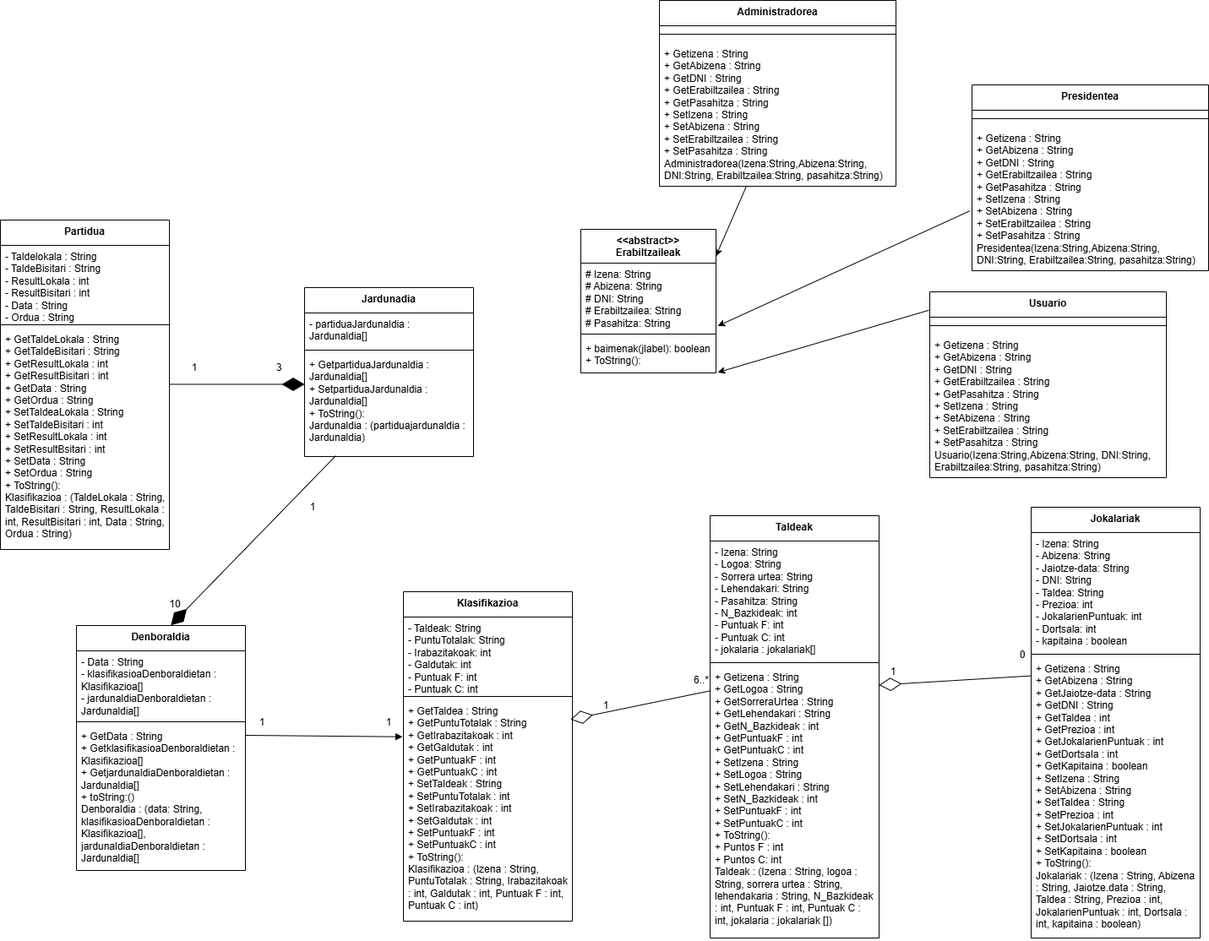
Before: GGII/Klase Diagramak Erronka 2.drawio.png, a diagram exported from draw.io (oierfptxurdinaga/T1E2Prog). Source tidied: cells renumbered, new cells last; positions are measured from the earlier drawing's top-left corner, leaving out a move shared by most shapes.
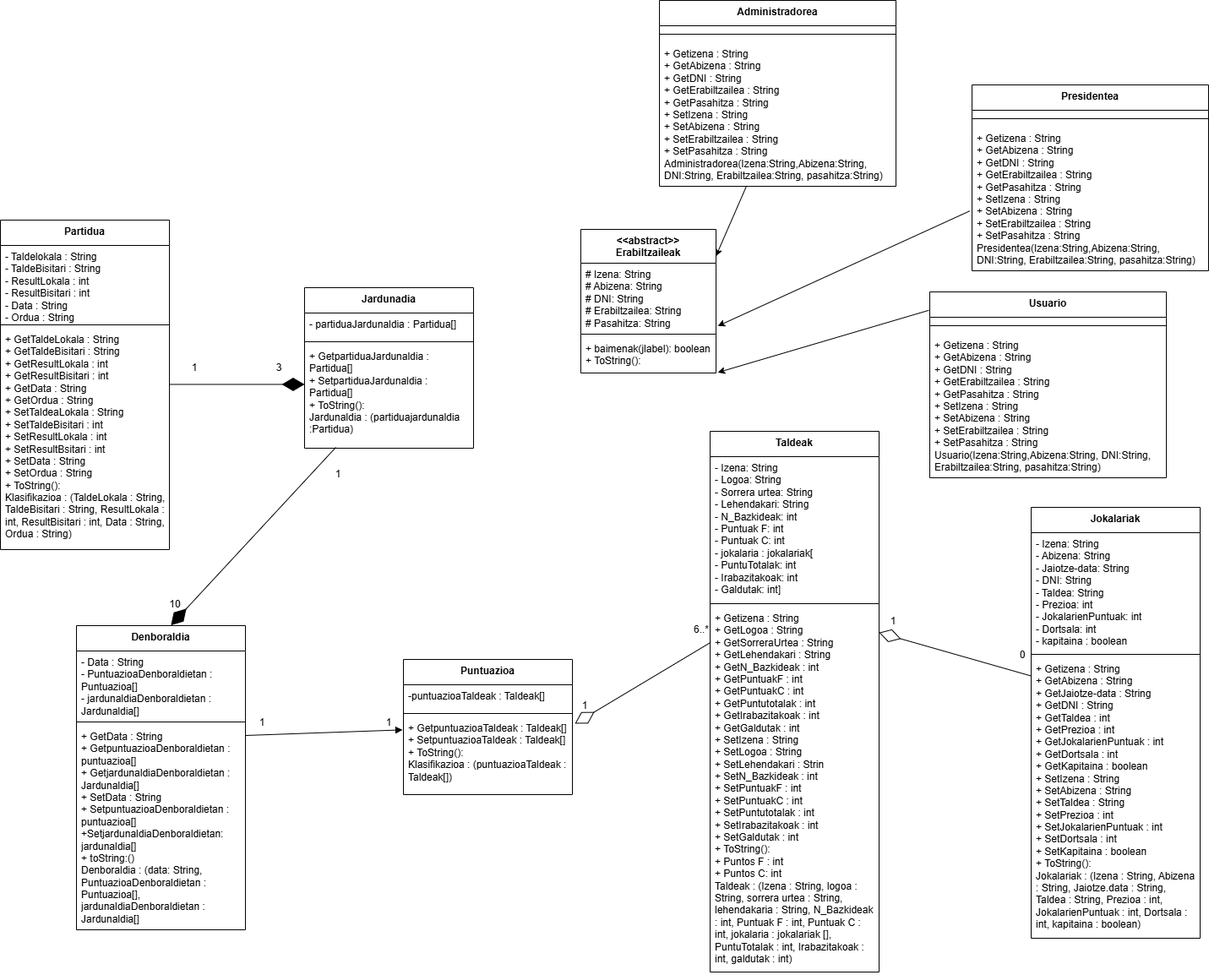
Above is the later version.

Commit message:
Klase Diagrama zuzenduta

What changed in the source:
```diff
@@ -24,16 +24,16 @@
       <mxGeometry y="50" width="280" height="170" as="geometry" />
     </mxCell>
     <mxCell id="9" value="&lt;span style=&quot;background-color: transparent; color: light-dark(rgb(0, 0, 0), rgb(255, 255, 255));&quot;&gt;Taldeak&lt;/span&gt;" style="swimlane;fontStyle=1;align=center;verticalAlign=top;horizontal=1;startSize=30;whiteSpace=wrap;html=1;" parent="1" vertex="1">
-      <mxGeometry x="840" y="610" width="200" height="500" as="geometry" />
+      <mxGeometry x="840" y="510" width="200" height="640" as="geometry" />
     </mxCell>
-    <mxCell id="10" value="- Izena: String&lt;div&gt;- Logoa: String&lt;/div&gt;&lt;div&gt;- Sorrera urtea: String&lt;/div&gt;&lt;div&gt;- Lehendakari: String&lt;/div&gt;&lt;div&gt;- Pasahitza: String&lt;/div&gt;&lt;div&gt;&lt;span style=&quot;background-color: transparent; color: light-dark(rgb(0, 0, 0), rgb(255, 255, 255));&quot;&gt;- N_Bazkideak: int&lt;/span&gt;&lt;/div&gt;&lt;div&gt;&lt;span style=&quot;background-color: transparent; color: light-dark(rgb(0, 0, 0), rgb(255, 255, 255));&quot;&gt;- Puntuak F: int&lt;/span&gt;&lt;/div&gt;&lt;div&gt;- Puntuak C: int&lt;/div&gt;&lt;div&gt;- jokalaria : jokalariak[]&lt;/div&gt;" style="text;strokeColor=none;fillColor=none;align=left;verticalAlign=top;spacingLeft=4;spacingRight=4;overflow=hidden;whiteSpace=wrap;html=1;" parent="9" vertex="1">
-      <mxGeometry y="30" width="200" height="140" as="geometry" />
+    <mxCell id="10" value="- Izena: String&lt;div&gt;- Logoa: String&lt;/div&gt;&lt;div&gt;- Sorrera urtea: String&lt;/div&gt;&lt;div&gt;- Lehendakari: String&lt;/div&gt;&lt;div&gt;&lt;span style=&quot;background-color: transparent; color: light-dark(rgb(0, 0, 0), rgb(255, 255, 255));&quot;&gt;- N_Bazkideak: int&lt;/span&gt;&lt;/div&gt;&lt;div&gt;&lt;span style=&quot;background-color: transparent; color: light-dark(rgb(0, 0, 0), rgb(255, 255, 255));&quot;&gt;- Puntuak F: int&lt;/span&gt;&lt;/div&gt;&lt;div&gt;- Puntuak C: int&lt;/div&gt;&lt;div&gt;- jokalaria : jokalariak[&lt;/div&gt;&lt;div&gt;- PuntuTotalak: int&lt;/div&gt;&lt;div&gt;- Irabazitakoak: int&lt;/div&gt;&lt;div&gt;&lt;span style=&quot;background-color: transparent; color: light-dark(rgb(0, 0, 0), rgb(255, 255, 255));&quot;&gt;- Galdutak: int&lt;/span&gt;]&lt;/div&gt;" style="text;strokeColor=none;fillColor=none;align=left;verticalAlign=top;spacingLeft=4;spacingRight=4;overflow=hidden;whiteSpace=wrap;html=1;" parent="9" vertex="1">
+      <mxGeometry y="30" width="200" height="170" as="geometry" />
     </mxCell>
     <mxCell id="11" style="line;strokeWidth=1;fillColor=none;align=left;verticalAlign=middle;spacingTop=-1;spacingLeft=3;spacingRight=3;labelPosition=right;strokeColor=inherit;" parent="9" vertex="1">
-      <mxGeometry y="170" width="200" height="8" as="geometry" />
+      <mxGeometry y="200" width="200" height="8" as="geometry" />
     </mxCell>
-    <mxCell id="12" value="&lt;div&gt;&lt;div&gt;&lt;div&gt;+ Getizena : String&amp;nbsp;&lt;/div&gt;&lt;div&gt;&lt;div&gt;+ GetLogoa : String&amp;nbsp;&lt;/div&gt;&lt;div&gt;&lt;div&gt;+ GetSorreraUrtea : String&lt;/div&gt;&lt;div&gt;+ GetLehendakari : String&lt;/div&gt;&lt;div&gt;+ GetN_Bazkideak : int&lt;/div&gt;&lt;div&gt;&lt;div&gt;+ GetPuntuakF : int&lt;/div&gt;&lt;/div&gt;&lt;div&gt;&lt;div&gt;+ GetPuntuakC : int&lt;/div&gt;&lt;/div&gt;&lt;div&gt;+ SetIzena : String&lt;/div&gt;&lt;div&gt;&lt;div&gt;+ SetLogoa : String&lt;/div&gt;&lt;div&gt;&lt;div&gt;+ SetLehendakari : String&lt;/div&gt;&lt;div&gt;+ SetN_Bazkideak : int&lt;/div&gt;&lt;/div&gt;&lt;/div&gt;&lt;/div&gt;&lt;/div&gt;&lt;/div&gt;&lt;/div&gt;&lt;div&gt;&lt;div&gt;+ SetPuntuakF : int&lt;/div&gt;&lt;/div&gt;&lt;div&gt;&lt;div&gt;+ SetPuntuakC : int&lt;/div&gt;&lt;div&gt;+ ToString():&lt;/div&gt;&lt;div&gt;+ Puntos F : int&lt;/div&gt;&lt;div&gt;+ Puntos C: int&lt;/div&gt;&lt;div&gt;Taldeak : (Izena : String, logoa : String, sorrera urtea : String, lehendakaria : String, N_Bazkideak : int, Puntuak F : int, Puntuak C : int,&amp;nbsp;&lt;span style=&quot;background-color: transparent; color: light-dark(rgb(0, 0, 0), rgb(255, 255, 255));&quot;&gt;jokalaria : jokalariak [])&lt;/span&gt;&lt;/div&gt;&lt;/div&gt;" style="text;strokeColor=none;fillColor=none;align=left;verticalAlign=top;spacingLeft=4;spacingRight=4;overflow=hidden;points=[[0,0.5],[1,0.5]];portConstraint=eastwest;whiteSpace=wrap;html=1;" parent="9" vertex="1">
-      <mxGeometry y="178" width="200" height="322" as="geometry" />
+    <mxCell id="12" value="&lt;div&gt;&lt;div&gt;&lt;div&gt;+ Getizena : String&amp;nbsp;&lt;/div&gt;&lt;div&gt;&lt;div&gt;+ GetLogoa : String&amp;nbsp;&lt;/div&gt;&lt;div&gt;&lt;div&gt;+ GetSorreraUrtea : String&lt;/div&gt;&lt;div&gt;+ GetLehendakari : String&lt;/div&gt;&lt;div&gt;+ GetN_Bazkideak : int&lt;/div&gt;&lt;div&gt;&lt;div&gt;+ GetPuntuakF : int&lt;/div&gt;&lt;/div&gt;&lt;div&gt;&lt;div&gt;+ GetPuntuakC : int&lt;/div&gt;&lt;/div&gt;&lt;div&gt;+ GetPuntutotalak : int&lt;/div&gt;&lt;div&gt;+&amp;nbsp;&lt;span style=&quot;background-color: transparent; color: light-dark(rgb(0, 0, 0), rgb(255, 255, 255));&quot;&gt;GetIrabazitakoak : int&lt;/span&gt;&lt;/div&gt;&lt;div&gt;+ GetGaldutak : int&lt;span style=&quot;background-color: transparent; color: light-dark(rgb(0, 0, 0), rgb(255, 255, 255));&quot;&gt;&lt;/span&gt;&lt;/div&gt;&lt;div&gt;+ SetIzena : String&lt;/div&gt;&lt;div&gt;&lt;div&gt;+ SetLogoa : String&lt;/div&gt;&lt;div&gt;&lt;div&gt;+ SetLehendakari : Strin&lt;/div&gt;&lt;div&gt;+ SetN_Bazkideak : int&lt;/div&gt;&lt;/div&gt;&lt;/div&gt;&lt;/div&gt;&lt;/div&gt;&lt;/div&gt;&lt;/div&gt;&lt;div&gt;&lt;div&gt;+ SetPuntuakF : int&lt;/div&gt;&lt;/div&gt;&lt;div&gt;&lt;div&gt;+ SetPuntuakC : int&lt;/div&gt;&lt;div&gt;&lt;div&gt;+ SetPuntutotalak : int&lt;/div&gt;&lt;div&gt;+ S&lt;span style=&quot;background-color: transparent; color: light-dark(rgb(0, 0, 0), rgb(255, 255, 255));&quot;&gt;etIrabazitakoak : int&lt;/span&gt;&lt;/div&gt;&lt;div&gt;+ SetGaldutak : int&lt;/div&gt;&lt;/div&gt;&lt;div&gt;+ ToString():&lt;/div&gt;&lt;div&gt;+ Puntos F : int&lt;/div&gt;&lt;div&gt;+ Puntos C: int&lt;/div&gt;&lt;div&gt;Taldeak : (Izena : String, logoa : String, sorrera urtea : String, lehendakaria : String, N_Bazkideak : int, Puntuak F : int, Puntuak C : int,&amp;nbsp;&lt;span style=&quot;background-color: transparent; color: light-dark(rgb(0, 0, 0), rgb(255, 255, 255));&quot;&gt;jokalaria : jokalariak [], PuntuTotalak : int, Irabazitakoak : int, galdutak : int)&lt;/span&gt;&lt;/div&gt;&lt;/div&gt;" style="text;strokeColor=none;fillColor=none;align=left;verticalAlign=top;spacingLeft=4;spacingRight=4;overflow=hidden;points=[[0,0.5],[1,0.5]];portConstraint=eastwest;whiteSpace=wrap;html=1;" parent="9" vertex="1">
+      <mxGeometry y="208" width="200" height="432" as="geometry" />
     </mxCell>
     <mxCell id="13" value="Presidentea" style="swimlane;fontStyle=1;align=center;verticalAlign=top;horizontal=1;startSize=30;whiteSpace=wrap;html=1;" parent="1" vertex="1">
       <mxGeometry x="1150" y="100" width="280" height="220" as="geometry" />
@@ -75,31 +75,33 @@
       <mxGeometry y="178" width="200" height="332" as="geometry" />
     </mxCell>
     <mxCell id="26" value="Denboraldia" style="swimlane;fontStyle=1;align=center;verticalAlign=top;horizontal=1;startSize=30;whiteSpace=wrap;html=1;" parent="1" vertex="1">
-      <mxGeometry x="90" y="740" width="200" height="290" as="geometry" />
+      <mxGeometry x="90" y="740" width="200" height="360" as="geometry" />
     </mxCell>
-    <mxCell id="27" value="- Data : String&lt;div&gt;- klasifikasioaDenboraldietan : Klasifikazioa[]&lt;/div&gt;&lt;div&gt;- jardunaldiaDenboraldietan : Jardunaldia[]&lt;/div&gt;" style="text;strokeColor=none;fillColor=none;align=left;verticalAlign=top;spacingLeft=4;spacingRight=4;overflow=hidden;whiteSpace=wrap;html=1;" parent="26" vertex="1">
+    <mxCell id="27" value="- Data : String&lt;div&gt;- PuntuazioaDenboraldietan : Puntuazioa[]&lt;/div&gt;&lt;div&gt;- jardunaldiaDenboraldietan : Jardunaldia[]&lt;/div&gt;" style="text;strokeColor=none;fillColor=none;align=left;verticalAlign=top;spacingLeft=4;spacingRight=4;overflow=hidden;whiteSpace=wrap;html=1;" parent="26" vertex="1">
       <mxGeometry y="30" width="200" height="80" as="geometry" />
     </mxCell>
     <mxCell id="28" style="line;strokeWidth=1;fillColor=none;align=left;verticalAlign=middle;spacingTop=-1;spacingLeft=3;spacingRight=3;labelPosition=right;strokeColor=inherit;" parent="26" vertex="1">
       <mxGeometry y="110" width="200" height="8" as="geometry" />
     </mxCell>
-    <mxCell id="29" value="&lt;div&gt;+ GetData : String&amp;nbsp;&lt;/div&gt;&lt;div&gt;&lt;div&gt;+ GetklasifikasioaDenboraldietan : Klasifikazioa[]&lt;/div&gt;&lt;div&gt;+ GetjardunaldiaDenboraldietan : Jardunaldia[]&amp;nbsp;&lt;/div&gt;&lt;div&gt;+ toString:()&lt;/div&gt;&lt;div&gt;Denboraldia : (data: String, klasifikasioaDenboraldietan : Klasifikazioa[], jardunaldiaDenboraldietan : Jardunaldia[]&lt;/div&gt;&lt;div&gt;&lt;br&gt;&lt;/div&gt;&lt;/div&gt;" style="text;strokeColor=none;fillColor=none;align=left;verticalAlign=top;spacingLeft=4;spacingRight=4;overflow=hidden;whiteSpace=wrap;html=1;" parent="26" vertex="1">
-      <mxGeometry y="118" width="200" height="172" as="geometry" />
+    <mxCell id="29" value="&lt;div&gt;+ GetData : String&amp;nbsp;&lt;/div&gt;&lt;div&gt;&lt;div&gt;+ GetpuntuazioaDenboraldietan : puntuazioa[]&lt;/div&gt;&lt;div&gt;+ GetjardunaldiaDenboraldietan : Jardunaldia[]&amp;nbsp;&lt;/div&gt;&lt;div&gt;+ SetData : String&lt;/div&gt;&lt;div&gt;+ SetpuntuazioaDenboraldietan : puntuazioa[]&lt;/div&gt;&lt;div&gt;+SetjardunaldiaDenboraldietan: jardunaldia[]&lt;/div&gt;&lt;div&gt;+ toString:()&lt;/div&gt;&lt;div&gt;Denboraldia : (data: String, PuntuazioaDenboraldietan : Puntuazioa[], jardunaldiaDenboraldietan : Jardunaldia[]&lt;/div&gt;&lt;div&gt;&lt;br&gt;&lt;/div&gt;&lt;/div&gt;" style="text;strokeColor=none;fillColor=none;align=left;verticalAlign=top;spacingLeft=4;spacingRight=4;overflow=hidden;whiteSpace=wrap;html=1;" parent="26" vertex="1">
+      <mxGeometry y="118" width="200" height="242" as="geometry" />
     </mxCell>
-    <mxCell id="30" value="&lt;span style=&quot;background-color: transparent; color: light-dark(rgb(0, 0, 0), rgb(255, 255, 255));&quot;&gt;Klasifikazioa&lt;/span&gt;" style="swimlane;fontStyle=1;align=center;verticalAlign=top;horizontal=1;startSize=30;whiteSpace=wrap;html=1;" parent="1" vertex="1">
-      <mxGeometry x="477" y="700" width="200" height="390" as="geometry" />
+    <mxCell id="30" value="&lt;span style=&quot;background-color: transparent; color: light-dark(rgb(0, 0, 0), rgb(255, 255, 255));&quot;&gt;Puntuazioa&lt;/span&gt;" style="swimlane;fontStyle=1;align=center;verticalAlign=top;horizontal=1;startSize=30;whiteSpace=wrap;html=1;" parent="1" vertex="1">
+      <mxGeometry x="477" y="780" width="200" height="160" as="geometry" />
     </mxCell>
-    <mxCell id="31" value="- Taldeak: String&lt;div&gt;- PuntuTotalak: String&lt;/div&gt;&lt;div&gt;- Irabazitakoak: int&lt;/div&gt;&lt;div&gt;- Galdutak: int&lt;/div&gt;&lt;div&gt;&lt;span style=&quot;background-color: transparent; color: light-dark(rgb(0, 0, 0), rgb(255, 255, 255));&quot;&gt;- Puntuak F: int&lt;/span&gt;&lt;/div&gt;&lt;div&gt;- Puntuak C: int&lt;/div&gt;" style="text;strokeColor=none;fillColor=none;align=left;verticalAlign=top;spacingLeft=4;spacingRight=4;overflow=hidden;whiteSpace=wrap;html=1;" parent="30" vertex="1">
-      <mxGeometry y="30" width="200" height="90" as="geometry" />
+    <mxCell id="31" value="-puntuazioaTaldeak : Taldeak[]" style="text;strokeColor=none;fillColor=none;align=left;verticalAlign=top;spacingLeft=4;spacingRight=4;overflow=hidden;whiteSpace=wrap;html=1;" parent="30" vertex="1">
+      <mxGeometry y="30" width="200" height="30" as="geometry" />
     </mxCell>
     <mxCell id="32" style="line;strokeWidth=1;fillColor=none;align=left;verticalAlign=middle;spacingTop=-1;spacingLeft=3;spacingRight=3;labelPosition=right;strokeColor=inherit;" parent="30" vertex="1">
-      <mxGeometry y="120" width="200" height="8" as="geometry" />
+      <mxGeometry y="60" width="200" height="8" as="geometry" />
     </mxCell>
-    <mxCell id="33" value="&lt;div&gt;&lt;div&gt;+ GetTaldea : String&amp;nbsp;&lt;/div&gt;&lt;div&gt;&lt;div&gt;+ GetPuntuTotalak : String&amp;nbsp;&lt;/div&gt;&lt;div&gt;&lt;div&gt;+ GetIrabazitakoak : int&lt;/div&gt;&lt;div&gt;+ GetGaldutak : int&lt;/div&gt;&lt;div&gt;&lt;div&gt;+ GetPuntuakF : int&lt;/div&gt;&lt;/div&gt;&lt;div&gt;&lt;div&gt;+ GetPuntuakC : int&lt;/div&gt;&lt;/div&gt;&lt;div&gt;+ SetTaldeak : String&lt;/div&gt;&lt;div&gt;&lt;div&gt;+ SetPuntuTotalak : int&lt;/div&gt;&lt;div&gt;&lt;div&gt;+ SetIrabazitakoak : int&lt;/div&gt;&lt;div&gt;+ SetGaldutak : int&lt;/div&gt;&lt;/div&gt;&lt;/div&gt;&lt;/div&gt;&lt;/div&gt;&lt;/div&gt;&lt;div&gt;&lt;div&gt;+ SetPuntuakF : int&lt;/div&gt;&lt;/div&gt;&lt;div&gt;&lt;div&gt;+ SetPuntuakC : int&lt;/div&gt;&lt;div&gt;+ ToString():&lt;/div&gt;&lt;div&gt;Klasifikazioa : (Izena : String, PuntuTotalak : String, Irabazitakoak : int, Galdutak : int, Puntuak F : int, Puntuak C : int)&lt;/div&gt;&lt;/div&gt;" style="text;strokeColor=none;fillColor=none;align=left;verticalAlign=top;spacingLeft=4;spacingRight=4;overflow=hidden;points=[[0,0.5],[1,0.5]];portConstraint=eastwest;whiteSpace=wrap;html=1;" parent="30" vertex="1">
-      <mxGeometry y="128" width="200" height="262" as="geometry" />
+    <mxCell id="33" value="&lt;div&gt;&lt;div&gt;+ GetpuntuazioaTaldeak : Taldeak[]&lt;/div&gt;&lt;div&gt;+ SetpuntuazioaTaldeak : Taldeak[]&lt;/div&gt;&lt;div&gt;&lt;span style=&quot;background-color: transparent; color: light-dark(rgb(0, 0, 0), rgb(255, 255, 255));&quot;&gt;+ ToString():&lt;/span&gt;&lt;/div&gt;&lt;/div&gt;&lt;div&gt;&lt;div&gt;Klasifikazioa : (puntuazioaTaldeak : Taldeak[])&lt;/div&gt;&lt;/div&gt;" style="text;strokeColor=none;fillColor=none;align=left;verticalAlign=top;spacingLeft=4;spacingRight=4;overflow=hidden;points=[[0,0.5],[1,0.5]];portConstraint=eastwest;whiteSpace=wrap;html=1;" parent="30" vertex="1">
+      <mxGeometry y="68" width="200" height="92" as="geometry" />
     </mxCell>
-    <mxCell id="34" style="endArrow=diamondThin;endFill=0;endSize=24;html=1;rounded=0;exitX=0.001;exitY=0.091;exitDx=0;exitDy=0;exitPerimeter=0;entryX=0.989;entryY=0.089;entryDx=0;entryDy=0;entryPerimeter=0;" parent="1" edge="1" source="12" target="33">
-      <mxGeometry relative="1" as="geometry" />
+    <mxCell id="34" style="endArrow=diamondThin;endFill=0;endSize=24;html=1;rounded=0;exitX=0.003;exitY=0.097;exitDx=0;exitDy=0;exitPerimeter=0;" parent="1" edge="1" source="12">
+      <mxGeometry relative="1" as="geometry">
+        <mxPoint x="680" y="856" as="targetPoint" />
+      </mxGeometry>
     </mxCell>
     <mxCell id="35" style="endArrow=diamondThin;endFill=0;endSize=24;html=1;rounded=0;entryX=1;entryY=0.07;entryDx=0;entryDy=0;entryPerimeter=0;exitX=0;exitY=0.065;exitDx=0;exitDy=0;exitPerimeter=0;" parent="1" edge="1" source="25" target="12">
       <mxGeometry relative="1" as="geometry" />
@@ -117,16 +119,16 @@
       <mxGeometry y="128" width="200" height="262" as="geometry" />
     </mxCell>
     <mxCell id="40" value="Jardunadia" style="swimlane;fontStyle=1;align=center;verticalAlign=top;horizontal=1;startSize=30;whiteSpace=wrap;html=1;" parent="1" vertex="1">
-      <mxGeometry x="360" y="340" width="200" height="200" as="geometry" />
+      <mxGeometry x="360" y="340" width="200" height="190" as="geometry" />
     </mxCell>
-    <mxCell id="41" value="- partiduaJardunaldia : Jardunaldia[]" style="text;strokeColor=none;fillColor=none;align=left;verticalAlign=top;spacingLeft=4;spacingRight=4;overflow=hidden;whiteSpace=wrap;html=1;" parent="40" vertex="1">
-      <mxGeometry y="30" width="200" height="40" as="geometry" />
+    <mxCell id="41" value="- partiduaJardunaldia : Partidua[]" style="text;strokeColor=none;fillColor=none;align=left;verticalAlign=top;spacingLeft=4;spacingRight=4;overflow=hidden;whiteSpace=wrap;html=1;" parent="40" vertex="1">
+      <mxGeometry y="30" width="200" height="30" as="geometry" />
     </mxCell>
     <mxCell id="42" style="line;strokeWidth=1;fillColor=none;align=left;verticalAlign=middle;spacingTop=-1;spacingLeft=3;spacingRight=3;labelPosition=right;strokeColor=inherit;" parent="40" vertex="1">
-      <mxGeometry y="70" width="200" height="8" as="geometry" />
+      <mxGeometry y="60" width="200" height="8" as="geometry" />
     </mxCell>
-    <mxCell id="43" value="&lt;div&gt;+ GetpartiduaJardunaldia : Jardunaldia[]&lt;/div&gt;&lt;div&gt;+ SetpartiduaJardunaldia : Jardunaldia[]&lt;/div&gt;&lt;div&gt;&lt;div&gt;+ ToString():&lt;/div&gt;&lt;div&gt;Jardunaldia : (partiduajardunaldia : Jardunaldia)&lt;/div&gt;&lt;/div&gt;" style="text;strokeColor=none;fillColor=none;align=left;verticalAlign=top;spacingLeft=4;spacingRight=4;overflow=hidden;points=[[0,0.5],[1,0.5]];portConstraint=eastwest;whiteSpace=wrap;html=1;" parent="40" vertex="1">
-      <mxGeometry y="78" width="200" height="122" as="geometry" />
+    <mxCell id="43" value="&lt;div&gt;+ GetpartiduaJardunaldia : Partidua[]&lt;/div&gt;&lt;div&gt;+ SetpartiduaJardunaldia : Partidua[]&lt;/div&gt;&lt;div&gt;&lt;div&gt;+ ToString():&lt;/div&gt;&lt;div&gt;Jardunaldia : (partiduajardunaldia :Partidua)&lt;/div&gt;&lt;/div&gt;" style="text;strokeColor=none;fillColor=none;align=left;verticalAlign=top;spacingLeft=4;spacingRight=4;overflow=hidden;points=[[0,0.5],[1,0.5]];portConstraint=eastwest;whiteSpace=wrap;html=1;" parent="40" vertex="1">
+      <mxGeometry y="68" width="200" height="122" as="geometry" />
     </mxCell>
     <mxCell id="44" style="endArrow=diamondThin;endFill=1;endSize=24;html=1;rounded=0;" parent="1" edge="1">
       <mxGeometry relative="1" as="geometry">
@@ -144,19 +146,19 @@
       <mxGeometry relative="1" as="geometry" />
     </mxCell>
     <mxCell id="48" value="6..*" style="text;html=1;whiteSpace=wrap;strokeColor=none;fillColor=none;align=center;verticalAlign=middle;rounded=0;" parent="1" vertex="1">
-      <mxGeometry x="800" y="790" width="60" height="30" as="geometry" />
+      <mxGeometry x="800" y="730" width="60" height="30" as="geometry" />
     </mxCell>
     <mxCell id="49" value="1" style="text;html=1;whiteSpace=wrap;strokeColor=none;fillColor=none;align=center;verticalAlign=middle;rounded=0;" parent="1" vertex="1">
-      <mxGeometry x="687" y="820" width="60" height="30" as="geometry" />
+      <mxGeometry x="662.2" y="820" width="60" height="30" as="geometry" />
     </mxCell>
     <mxCell id="50" value="0" style="text;html=1;whiteSpace=wrap;strokeColor=none;fillColor=none;align=center;verticalAlign=middle;rounded=0;" parent="1" vertex="1">
       <mxGeometry x="1180" y="760" width="60" height="30" as="geometry" />
     </mxCell>
     <mxCell id="51" value="1" style="text;html=1;whiteSpace=wrap;strokeColor=none;fillColor=none;align=center;verticalAlign=middle;rounded=0;" parent="1" vertex="1">
-      <mxGeometry x="1027" y="780" width="60" height="30" as="geometry" />
+      <mxGeometry x="1027" y="720" width="60" height="30" as="geometry" />
     </mxCell>
     <mxCell id="52" value="1" style="text;html=1;whiteSpace=wrap;strokeColor=none;fillColor=none;align=center;verticalAlign=middle;rounded=0;" parent="1" vertex="1">
-      <mxGeometry x="340" y="585" width="60" height="30" as="geometry" />
+      <mxGeometry x="370" y="546" width="60" height="30" as="geometry" />
     </mxCell>
     <mxCell id="53" value="10" style="text;html=1;whiteSpace=wrap;strokeColor=none;fillColor=none;align=center;verticalAlign=middle;rounded=0;" parent="1" vertex="1">
       <mxGeometry x="177" y="700" width="60" height="30" as="geometry" />
```
